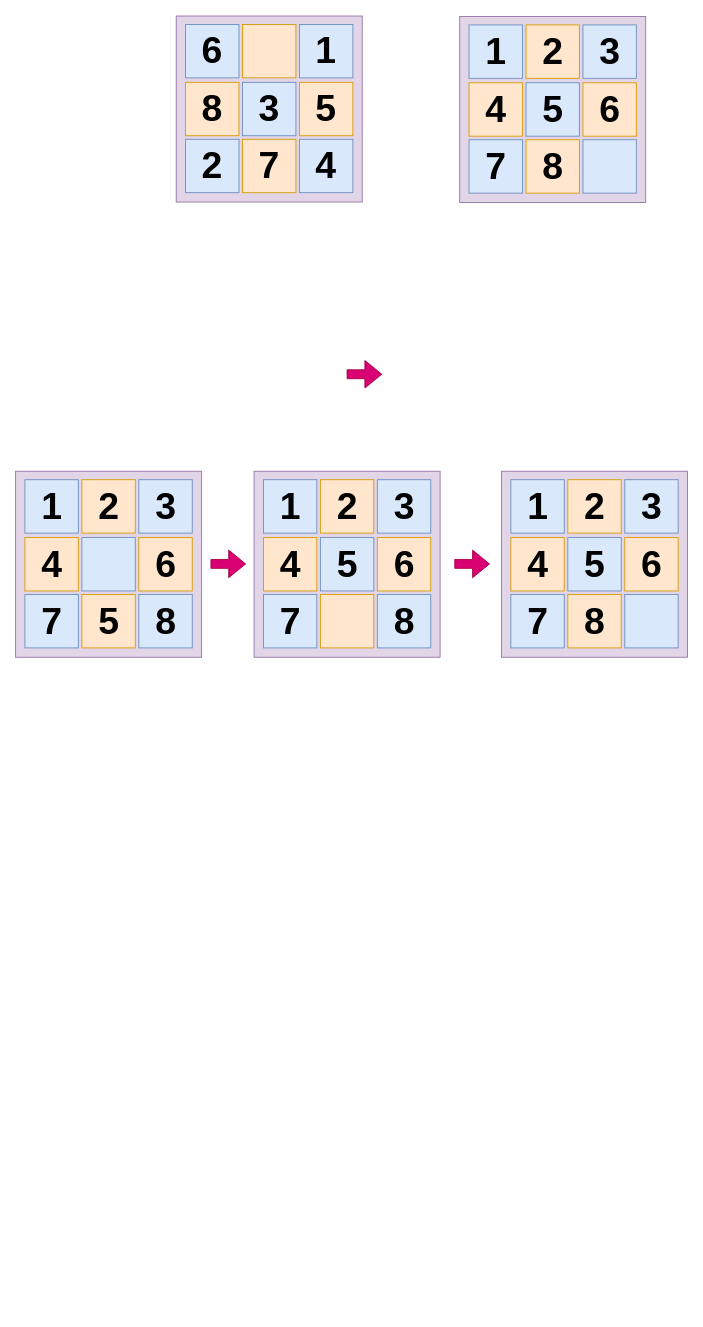
Before: Illustration/N-puzzle.drawio in Tahuubinh/AI_HUST_Project, a draw.io diagram. Source tidied: cells renumbered, new cells numbered last; positions are measured from the earlier drawing's top-left corner, leaving out a move shared by most shapes. Both pictures are drawn from the tidied source at 89%, with x=0, y=0 at pixel (15, 15).
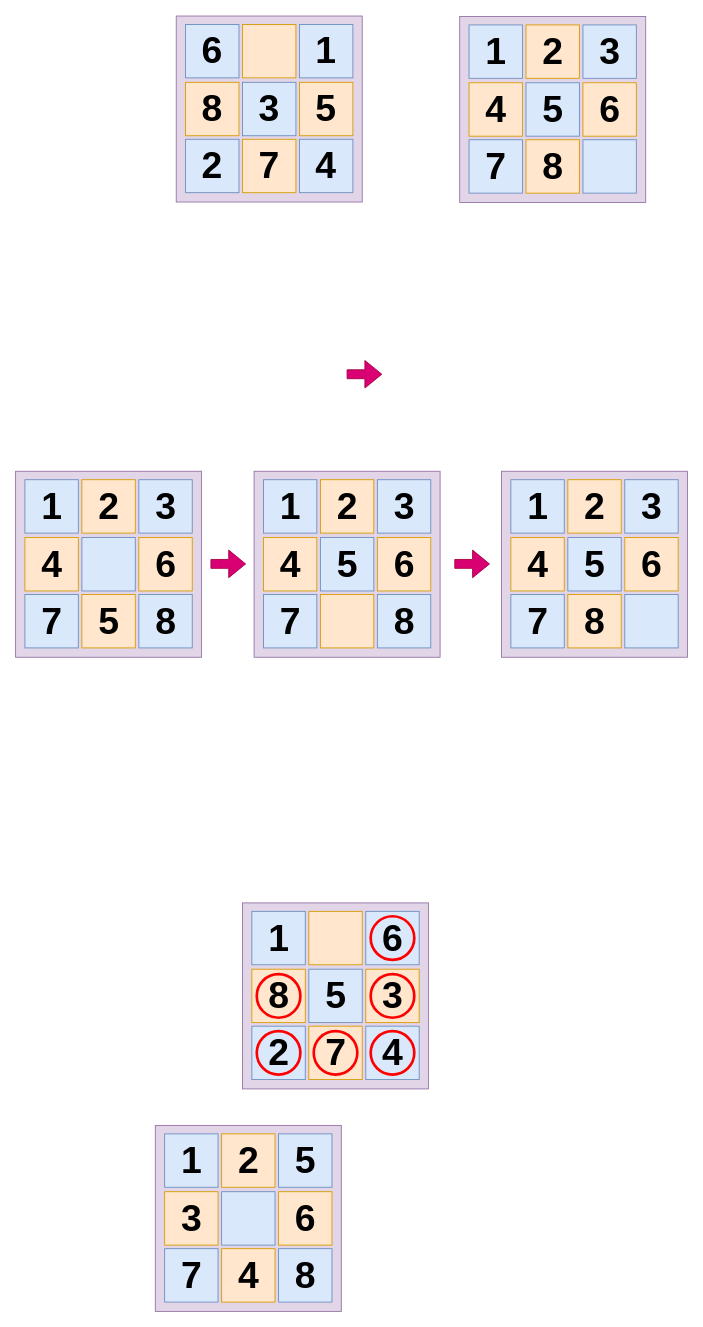
The same page after the edit.

The edit, as a diff of the source:
```diff
@@
+    <mxCell id="59" style="whiteSpace=wrap;html=1;fontSize=42;fillColor=#e1d5e7;strokeColor=#9673a6;" parent="1" vertex="1">
+      <mxGeometry x="255" y="997" width="209" height="209" as="geometry" />
+    </mxCell>
+    <mxCell id="60" value="&lt;font size=&quot;1&quot; style=&quot;&quot;&gt;&lt;b style=&quot;font-size: 42px;&quot;&gt;1&lt;/b&gt;&lt;/font&gt;" style="rounded=0;whiteSpace=wrap;html=1;fillColor=#dae8fc;strokeColor=#6c8ebf;" parent="1" vertex="1">
+      <mxGeometry x="265.5" y="1006.5" width="60" height="60" as="geometry" />
+    </mxCell>
+    <mxCell id="61" style="rounded=0;whiteSpace=wrap;html=1;fillColor=#ffe6cc;strokeColor=#d79b00;" parent="1" vertex="1">
+      <mxGeometry x="329.5" y="1006.5" width="60" height="60" as="geometry" />
+    </mxCell>
+    <mxCell id="62" value="&lt;b style=&quot;font-size: 42px;&quot;&gt;6&lt;/b&gt;" style="rounded=0;whiteSpace=wrap;html=1;fillColor=#dae8fc;strokeColor=#6c8ebf;" parent="1" vertex="1">
+      <mxGeometry x="393.5" y="1006.5" width="60" height="60" as="geometry" />
+    </mxCell>
+    <mxCell id="63" value="&lt;b style=&quot;font-size: 42px;&quot;&gt;8&lt;/b&gt;" style="rounded=0;whiteSpace=wrap;html=1;fillColor=#ffe6cc;strokeColor=#d79b00;" parent="1" vertex="1">
+      <mxGeometry x="265.5" y="1071.5" width="60" height="60" as="geometry" />
+    </mxCell>
+    <mxCell id="64" value="&lt;b style=&quot;font-size: 42px;&quot;&gt;5&lt;/b&gt;" style="rounded=0;whiteSpace=wrap;html=1;fillColor=#dae8fc;strokeColor=#6c8ebf;" parent="1" vertex="1">
+      <mxGeometry x="329.5" y="1071.5" width="60" height="60" as="geometry" />
+    </mxCell>
+    <mxCell id="65" value="&lt;b style=&quot;font-size: 42px;&quot;&gt;3&lt;/b&gt;" style="rounded=0;whiteSpace=wrap;html=1;fillColor=#ffe6cc;strokeColor=#d79b00;" parent="1" vertex="1">
+      <mxGeometry x="393.5" y="1071.5" width="60" height="60" as="geometry" />
+    </mxCell>
+    <mxCell id="66" value="&lt;b style=&quot;font-size: 42px;&quot;&gt;2&lt;/b&gt;" style="rounded=0;whiteSpace=wrap;html=1;fillColor=#dae8fc;strokeColor=#6c8ebf;" parent="1" vertex="1">
+      <mxGeometry x="265.5" y="1135.5" width="60" height="60" as="geometry" />
+    </mxCell>
+    <mxCell id="67" value="&lt;b style=&quot;font-size: 42px;&quot;&gt;7&lt;/b&gt;" style="rounded=0;whiteSpace=wrap;html=1;fillColor=#ffe6cc;strokeColor=#d79b00;" parent="1" vertex="1">
+      <mxGeometry x="329.5" y="1135.5" width="60" height="60" as="geometry" />
+    </mxCell>
+    <mxCell id="68" value="&lt;b style=&quot;font-size: 42px;&quot;&gt;4&lt;/b&gt;" style="rounded=0;whiteSpace=wrap;html=1;fillColor=#dae8fc;strokeColor=#6c8ebf;" parent="1" vertex="1">
+      <mxGeometry x="393.5" y="1135.5" width="60" height="60" as="geometry" />
+    </mxCell>
+    <mxCell id="69" style="ellipse;whiteSpace=wrap;html=1;fillColor=none;strokeWidth=3;strokeColor=#FF0000;" parent="1" vertex="1">
+      <mxGeometry x="399" y="1012" width="49" height="49" as="geometry" />
+    </mxCell>
+    <mxCell id="70" style="ellipse;whiteSpace=wrap;html=1;fillColor=none;strokeWidth=3;strokeColor=#FF0000;" parent="1" vertex="1">
+      <mxGeometry x="271" y="1077" width="49" height="49" as="geometry" />
+    </mxCell>
+    <mxCell id="71" style="ellipse;whiteSpace=wrap;html=1;fillColor=none;strokeWidth=3;strokeColor=#FF0000;" parent="1" vertex="1">
+      <mxGeometry x="399" y="1077" width="49" height="49" as="geometry" />
+    </mxCell>
+    <mxCell id="72" style="ellipse;whiteSpace=wrap;html=1;fillColor=none;strokeWidth=3;strokeColor=#FF0000;" parent="1" vertex="1">
+      <mxGeometry x="271" y="1141" width="49" height="49" as="geometry" />
+    </mxCell>
+    <mxCell id="73" style="ellipse;whiteSpace=wrap;html=1;fillColor=none;strokeWidth=3;strokeColor=#FF0000;" parent="1" vertex="1">
+      <mxGeometry x="335" y="1141" width="49" height="49" as="geometry" />
+    </mxCell>
+    <mxCell id="74" style="ellipse;whiteSpace=wrap;html=1;fillColor=none;strokeWidth=3;strokeColor=#FF0000;" parent="1" vertex="1">
+      <mxGeometry x="399" y="1141" width="49" height="49" as="geometry" />
+    </mxCell>
+    <mxCell id="75" style="whiteSpace=wrap;html=1;fontSize=42;fillColor=#e1d5e7;strokeColor=#9673a6;" parent="1" vertex="1">
+      <mxGeometry x="157" y="1247" width="209" height="209" as="geometry" />
+    </mxCell>
+    <mxCell id="76" value="&lt;font size=&quot;1&quot; style=&quot;&quot;&gt;&lt;b style=&quot;font-size: 42px;&quot;&gt;1&lt;/b&gt;&lt;/font&gt;" style="rounded=0;whiteSpace=wrap;html=1;fillColor=#dae8fc;strokeColor=#6c8ebf;" parent="1" vertex="1">
+      <mxGeometry x="167.5" y="1256.5" width="60" height="60" as="geometry" />
+    </mxCell>
+    <mxCell id="77" value="&lt;b style=&quot;font-size: 42px;&quot;&gt;2&lt;/b&gt;" style="rounded=0;whiteSpace=wrap;html=1;fillColor=#ffe6cc;strokeColor=#d79b00;" parent="1" vertex="1">
+      <mxGeometry x="231.5" y="1256.5" width="60" height="60" as="geometry" />
+    </mxCell>
+    <mxCell id="78" value="&lt;b style=&quot;font-size: 42px;&quot;&gt;5&lt;/b&gt;" style="rounded=0;whiteSpace=wrap;html=1;fillColor=#dae8fc;strokeColor=#6c8ebf;" parent="1" vertex="1">
+      <mxGeometry x="295.5" y="1256.5" width="60" height="60" as="geometry" />
+    </mxCell>
+    <mxCell id="79" value="&lt;b style=&quot;font-size: 42px;&quot;&gt;3&lt;/b&gt;" style="rounded=0;whiteSpace=wrap;html=1;fillColor=#ffe6cc;strokeColor=#d79b00;" parent="1" vertex="1">
+      <mxGeometry x="167.5" y="1321.5" width="60" height="60" as="geometry" />
+    </mxCell>
+    <mxCell id="80" style="rounded=0;whiteSpace=wrap;html=1;fillColor=#dae8fc;strokeColor=#6c8ebf;" parent="1" vertex="1">
+      <mxGeometry x="231.5" y="1321.5" width="60" height="60" as="geometry" />
+    </mxCell>
+    <mxCell id="81" value="&lt;b style=&quot;font-size: 42px;&quot;&gt;6&lt;/b&gt;" style="rounded=0;whiteSpace=wrap;html=1;fillColor=#ffe6cc;strokeColor=#d79b00;" parent="1" vertex="1">
+      <mxGeometry x="295.5" y="1321.5" width="60" height="60" as="geometry" />
+    </mxCell>
+    <mxCell id="82" value="&lt;b style=&quot;font-size: 42px;&quot;&gt;7&lt;/b&gt;" style="rounded=0;whiteSpace=wrap;html=1;fillColor=#dae8fc;strokeColor=#6c8ebf;" parent="1" vertex="1">
+      <mxGeometry x="167.5" y="1385.5" width="60" height="60" as="geometry" />
+    </mxCell>
+    <mxCell id="83" value="&lt;b style=&quot;font-size: 42px;&quot;&gt;4&lt;/b&gt;" style="rounded=0;whiteSpace=wrap;html=1;fillColor=#ffe6cc;strokeColor=#d79b00;" parent="1" vertex="1">
+      <mxGeometry x="231.5" y="1385.5" width="60" height="60" as="geometry" />
+    </mxCell>
+    <mxCell id="84" value="&lt;b style=&quot;font-size: 42px;&quot;&gt;8&lt;/b&gt;" style="rounded=0;whiteSpace=wrap;html=1;fillColor=#dae8fc;strokeColor=#6c8ebf;" parent="1" vertex="1">
+      <mxGeometry x="295.5" y="1385.5" width="60" height="60" as="geometry" />
+    </mxCell>
```
